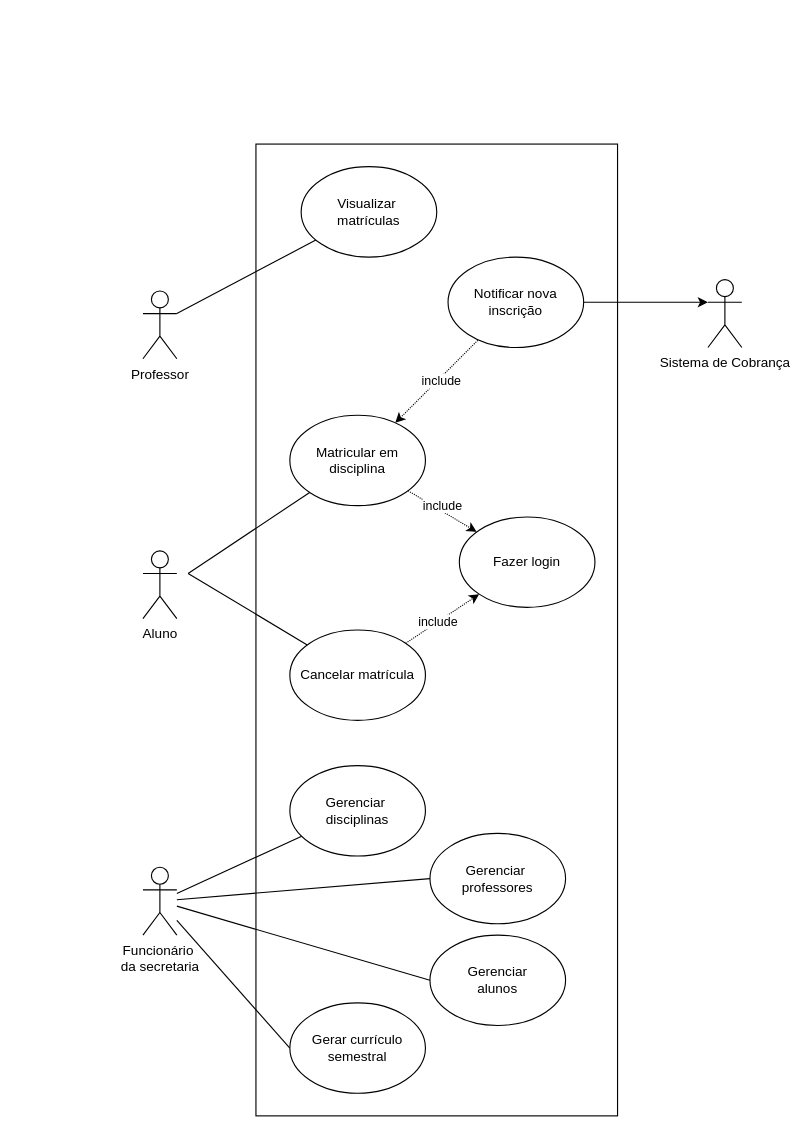
Before: projeto/diagrama_de_caso_de_uso/Diagrama de Caso de Uso.drawio in Suvacco/AGS, a draw.io diagram. Source tidied: cells renumbered, new cells numbered last; positions are measured from the earlier drawing's top-left corner, leaving out a move shared by most shapes. Both pictures are drawn from the tidied source at 113%, with x=0, y=0 at pixel (142, 144).
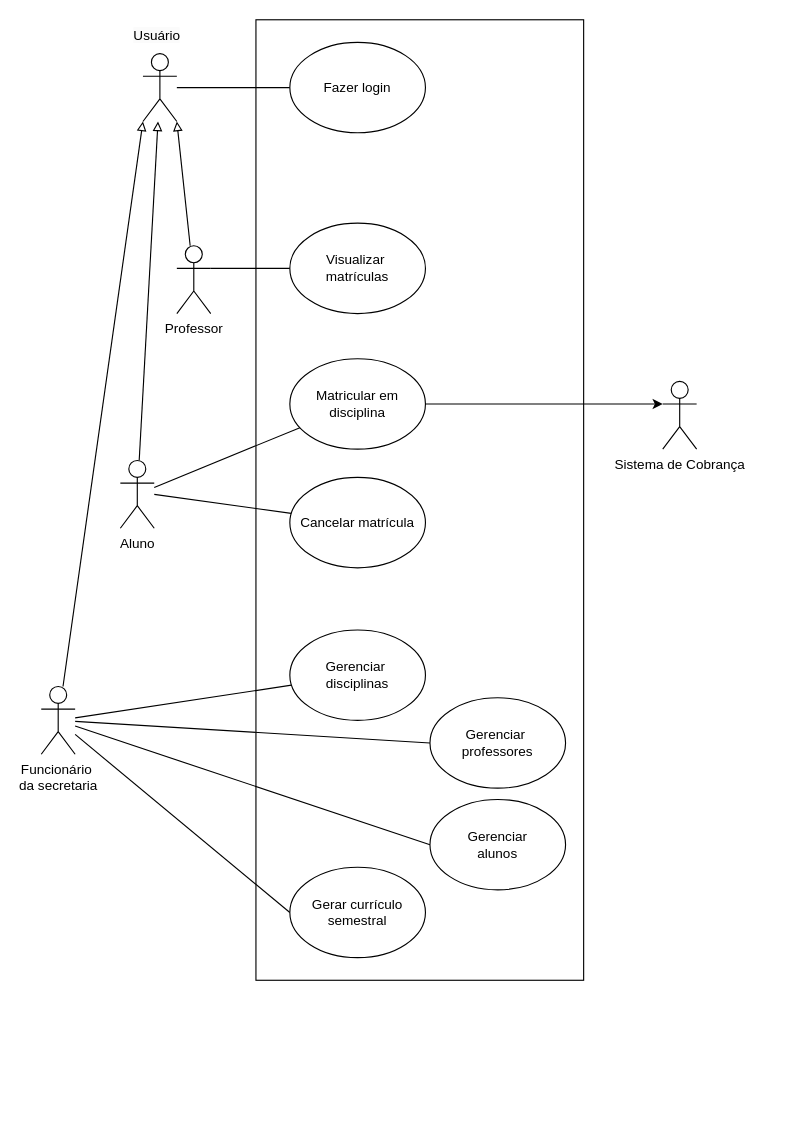
After the change.

Commit message (it also covers changes not shown here):
Corrigido diagrama de Caso de Uso

Change to the diagram source:
```diff
@@
     <mxCell id="2" style="rounded=0;whiteSpace=wrap;html=1;fontFamily=Helvetica;" parent="1" vertex="1">
-      <mxGeometry x="100" width="320" height="860" as="geometry" />
+      <mxGeometry x="100" y="-110" width="290" height="850" as="geometry" />
     </mxCell>
-    <mxCell id="3" style="rounded=0;jettySize=auto;html=1;dashed=1;dashPattern=1 1;startArrow=classic;startFill=1;endArrow=none;endFill=0;fontFamily=Helvetica;" parent="1" edge="1" source="7" target="16">
-      <mxGeometry relative="1" as="geometry" />
-    </mxCell>
-    <mxCell id="4" value="include" style="edgeLabel;html=1;align=center;verticalAlign=middle;fontFamily=Helvetica;" parent="3" vertex="1">
-      <mxGeometry x="0.28" y="-5" relative="1" as="geometry">
-        <mxPoint x="-10" y="6" as="offset" />
-      </mxGeometry>
-    </mxCell>
-    <mxCell id="5" style="rounded=0;jettySize=auto;html=1;dashed=1;dashPattern=1 1;fontFamily=Helvetica;" parent="1" edge="1" source="7" target="17">
-      <mxGeometry relative="1" as="geometry" />
-    </mxCell>
-    <mxCell id="6" value="include" style="edgeLabel;html=1;align=center;verticalAlign=middle;fontFamily=Helvetica;" parent="5" vertex="1">
-      <mxGeometry x="0.07" y="1" relative="1" as="geometry">
-        <mxPoint x="-3" y="-6" as="offset" />
-      </mxGeometry>
-    </mxCell>
     <mxCell id="7" value="Matricular em disciplina" style="ellipse;whiteSpace=wrap;html=1;fontFamily=Helvetica;" parent="1" vertex="1">
-      <mxGeometry x="130" y="240" width="120" height="80" as="geometry" />
+      <mxGeometry x="130" y="190" width="120" height="80" as="geometry" />
     </mxCell>
+    <mxCell id="31" style="rounded=0;jettySize=auto;html=1;endArrow=block;endFill=0;" parent="1" edge="1" source="8" target="35">
+      <mxGeometry relative="1" as="geometry" />
+    </mxCell>
     <mxCell id="8" value="Aluno" style="shape=umlActor;verticalLabelPosition=bottom;verticalAlign=top;html=1;outlineConnect=0;" parent="1" vertex="1">
-      <mxGeometry y="360" width="30" height="60" as="geometry" />
+      <mxGeometry x="-20" y="280" width="30" height="60" as="geometry" />
     </mxCell>
-    <mxCell id="9" style="endArrow=none;html=1;rounded=0;fontFamily=Helvetica;" parent="1" edge="1" target="7">
-      <mxGeometry relative="1" as="geometry">
-        <mxPoint x="40" y="380" as="sourcePoint" />
-      </mxGeometry>
+    <mxCell id="9" style="endArrow=none;html=1;rounded=0;fontFamily=Helvetica;" parent="1" edge="1" source="8" target="7">
+      <mxGeometry relative="1" as="geometry" />
     </mxCell>
     <mxCell id="10" style="rounded=0;jettySize=auto;html=1;endArrow=none;endFill=0;fontFamily=Helvetica;" parent="1" edge="1" source="13">
       <mxGeometry relative="1" as="geometry">
-        <mxPoint x="40" y="380" as="targetPoint" />
+        <mxPoint x="10" y="310" as="targetPoint" />
       </mxGeometry>
     </mxCell>
-    <mxCell id="11" style="rounded=0;jettySize=auto;html=1;dashed=1;dashPattern=1 1;fontFamily=Helvetica;" parent="1" edge="1" source="13" target="17">
-      <mxGeometry relative="1" as="geometry" />
-    </mxCell>
-    <mxCell id="12" value="include" style="edgeLabel;html=1;align=center;verticalAlign=middle;fontFamily=Helvetica;" parent="11" vertex="1">
-      <mxGeometry x="-0.12" y="1" relative="1" as="geometry" />
-    </mxCell>
     <mxCell id="13" value="Cancelar matrícula" style="ellipse;whiteSpace=wrap;html=1;fontFamily=Helvetica;" parent="1" vertex="1">
-      <mxGeometry x="130" y="430" width="120" height="80" as="geometry" />
+      <mxGeometry x="130" y="295" width="120" height="80" as="geometry" />
     </mxCell>
     <mxCell id="14" value="Sistema de Cobrança" style="shape=umlActor;verticalLabelPosition=bottom;verticalAlign=top;html=1;outlineConnect=0;fontFamily=Helvetica;" parent="1" vertex="1">
-      <mxGeometry x="500" y="120" width="30" height="60" as="geometry" />
+      <mxGeometry x="460" y="210" width="30" height="60" as="geometry" />
     </mxCell>
-    <mxCell id="15" style="rounded=0;jettySize=auto;html=1;entryX=0;entryY=0.3333333333333333;entryDx=0;entryDy=0;entryPerimeter=0;fontFamily=Helvetica;" parent="1" edge="1" source="16" target="14">
+    <mxCell id="15" style="rounded=0;jettySize=auto;html=1;entryX=0;entryY=0.3333333333333333;entryDx=0;entryDy=0;entryPerimeter=0;fontFamily=Helvetica;exitX=1;exitY=0.5;exitDx=0;exitDy=0;" parent="1" edge="1" source="7" target="14">
       <mxGeometry relative="1" as="geometry" />
     </mxCell>
-    <mxCell id="16" value="Notificar nova inscrição" style="ellipse;whiteSpace=wrap;html=1;fontFamily=Helvetica;" parent="1" vertex="1">
-      <mxGeometry x="270" y="100" width="120" height="80" as="geometry" />
-    </mxCell>
-    <mxCell id="17" value="Fazer login" style="ellipse;whiteSpace=wrap;html=1;fontFamily=Helvetica;" parent="1" vertex="1">
-      <mxGeometry x="280" y="330" width="120" height="80" as="geometry" />
-    </mxCell>
+    <mxCell id="32" style="rounded=0;jettySize=auto;html=1;endArrow=block;endFill=0;entryX=1;entryY=1;entryDx=0;entryDy=0;entryPerimeter=0;" parent="1" edge="1" source="18" target="35">
+      <mxGeometry relative="1" as="geometry" />
+    </mxCell>
     <mxCell id="18" value="Professor" style="shape=umlActor;verticalLabelPosition=bottom;verticalAlign=top;html=1;outlineConnect=0;" parent="1" vertex="1">
-      <mxGeometry y="130" width="30" height="60" as="geometry" />
+      <mxGeometry x="30" y="90" width="30" height="60" as="geometry" />
     </mxCell>
@@
     <mxCell id="20" value="&lt;div&gt;Visualizar&amp;nbsp;&lt;/div&gt;&lt;div&gt;matrículas&lt;/div&gt;" style="ellipse;whiteSpace=wrap;html=1;fontFamily=Helvetica;" parent="1" vertex="1">
-      <mxGeometry x="140" y="20" width="120" height="80" as="geometry" />
+      <mxGeometry x="130" y="70" width="120" height="80" as="geometry" />
     </mxCell>
@@
+    <mxCell id="33" style="rounded=0;jettySize=auto;html=1;endArrow=block;endFill=0;entryX=0;entryY=1;entryDx=0;entryDy=0;entryPerimeter=0;" parent="1" edge="1" source="26" target="35">
+      <mxGeometry relative="1" as="geometry" />
+    </mxCell>
     <mxCell id="26" value="&lt;div&gt;Funcionário&amp;nbsp;&lt;/div&gt;&lt;div&gt;da secretaria&lt;/div&gt;" style="shape=umlActor;verticalLabelPosition=bottom;verticalAlign=top;html=1;outlineConnect=0;" parent="1" vertex="1">
-      <mxGeometry y="640" width="30" height="60" as="geometry" />
+      <mxGeometry x="-90" y="480" width="30" height="60" as="geometry" />
     </mxCell>
     <mxCell id="27" value="&lt;div&gt;Gerenciar&amp;nbsp;&lt;/div&gt;&lt;div&gt;disciplinas&lt;/div&gt;" style="ellipse;whiteSpace=wrap;html=1;fontFamily=Helvetica;" parent="1" vertex="1">
-      <mxGeometry x="130" y="550" width="120" height="80" as="geometry" />
+      <mxGeometry x="130" y="430" width="120" height="80" as="geometry" />
     </mxCell>
     <mxCell id="28" value="&lt;div&gt;Gerenciar&amp;nbsp;&lt;/div&gt;&lt;div&gt;professores&lt;/div&gt;" style="ellipse;whiteSpace=wrap;html=1;fontFamily=Helvetica;" parent="1" vertex="1">
-      <mxGeometry x="254" y="610" width="120" height="80" as="geometry" />
+      <mxGeometry x="254" y="490" width="120" height="80" as="geometry" />
     </mxCell>
     <mxCell id="29" value="Gerar currículo semestral" style="ellipse;whiteSpace=wrap;html=1;fontFamily=Helvetica;" parent="1" vertex="1">
-      <mxGeometry x="130" y="760" width="120" height="80" as="geometry" />
+      <mxGeometry x="130" y="640" width="120" height="80" as="geometry" />
     </mxCell>
     <mxCell id="30" value="&lt;div&gt;Gerenciar&lt;/div&gt;&lt;div&gt;alunos&lt;br&gt;&lt;/div&gt;" style="ellipse;whiteSpace=wrap;html=1;fontFamily=Helvetica;" parent="1" vertex="1">
-      <mxGeometry x="254" y="700" width="120" height="80" as="geometry" />
+      <mxGeometry x="254" y="580" width="120" height="80" as="geometry" />
     </mxCell>
+    <mxCell id="34" style="edgeStyle=orthogonalEdgeStyle;rounded=0;jettySize=auto;html=1;endArrow=none;endFill=0;" parent="1" edge="1" source="35" target="17">
+      <mxGeometry relative="1" as="geometry" />
+    </mxCell>
+    <mxCell id="35" style="shape=umlActor;verticalLabelPosition=bottom;verticalAlign=top;html=1;outlineConnect=0;" parent="1" vertex="1">
+      <mxGeometry y="-80" width="30" height="60" as="geometry" />
+    </mxCell>
+    <mxCell id="17" value="Fazer login" style="ellipse;whiteSpace=wrap;html=1;fontFamily=Helvetica;" parent="1" vertex="1">
+      <mxGeometry x="130" y="-90" width="120" height="80" as="geometry" />
+    </mxCell>
+    <mxCell id="36" value="&lt;span style=&quot;color: rgb(0, 0, 0); font-family: Helvetica; font-size: 12px; font-style: normal; font-variant-ligatures: normal; font-variant-caps: normal; font-weight: 400; letter-spacing: normal; orphans: 2; text-align: center; text-indent: 0px; text-transform: none; widows: 2; word-spacing: 0px; -webkit-text-stroke-width: 0px; background-color: rgb(251, 251, 251); text-decoration-thickness: initial; text-decoration-style: initial; text-decoration-color: initial; float: none; display: inline !important;&quot;&gt;Usuário&lt;/span&gt;" style="text;whiteSpace=wrap;html=1;" parent="1" vertex="1">
+      <mxGeometry x="-10" y="-110" width="70" height="40" as="geometry" />
+    </mxCell>
```
